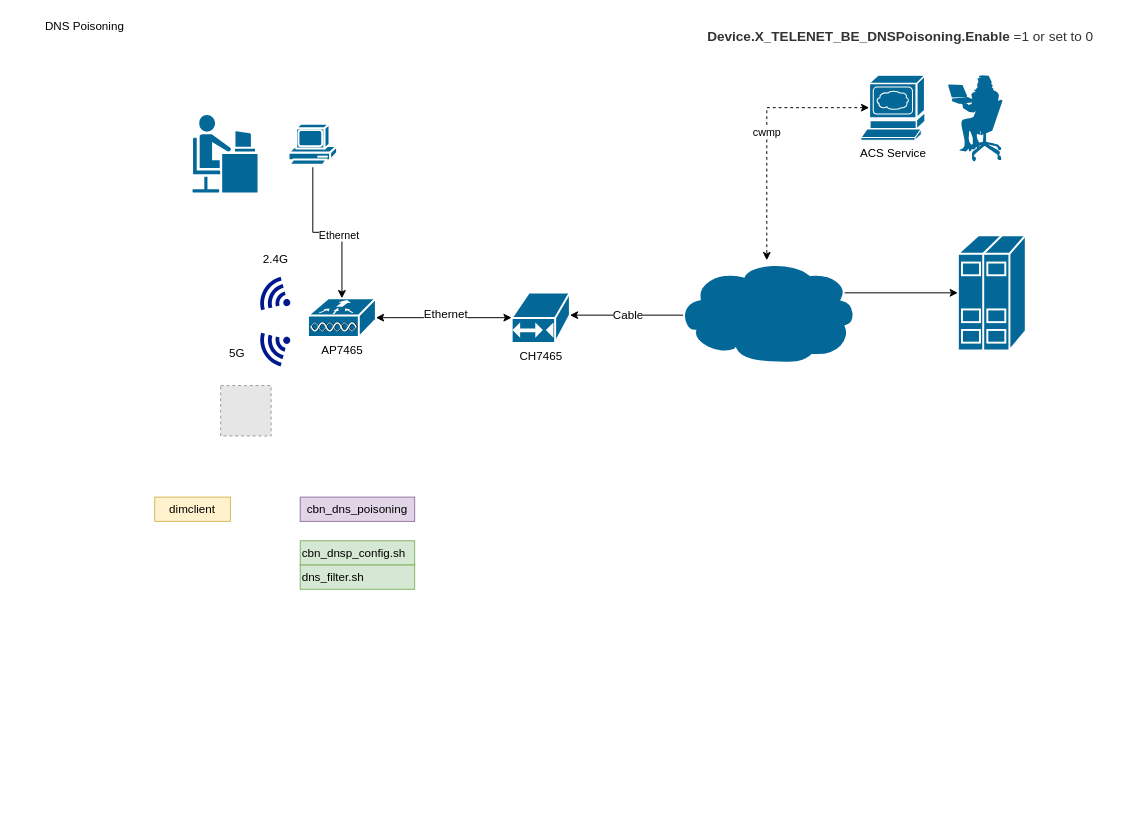
The draw.io diagram page "DNS" (6 of 7) of AP7465CE.drawio in nelsonchung/drawio, before the edit. Source tidied: cells renumbered, new cells numbered last; positions are measured from the earlier drawing's top-left corner, leaving out a move shared by most shapes. Both pictures are drawn from the tidied source at 97%, with x=0, y=0 at pixel (16, 16). Pictures stored in the file or linked from it are replaced by grey dashed boxes.
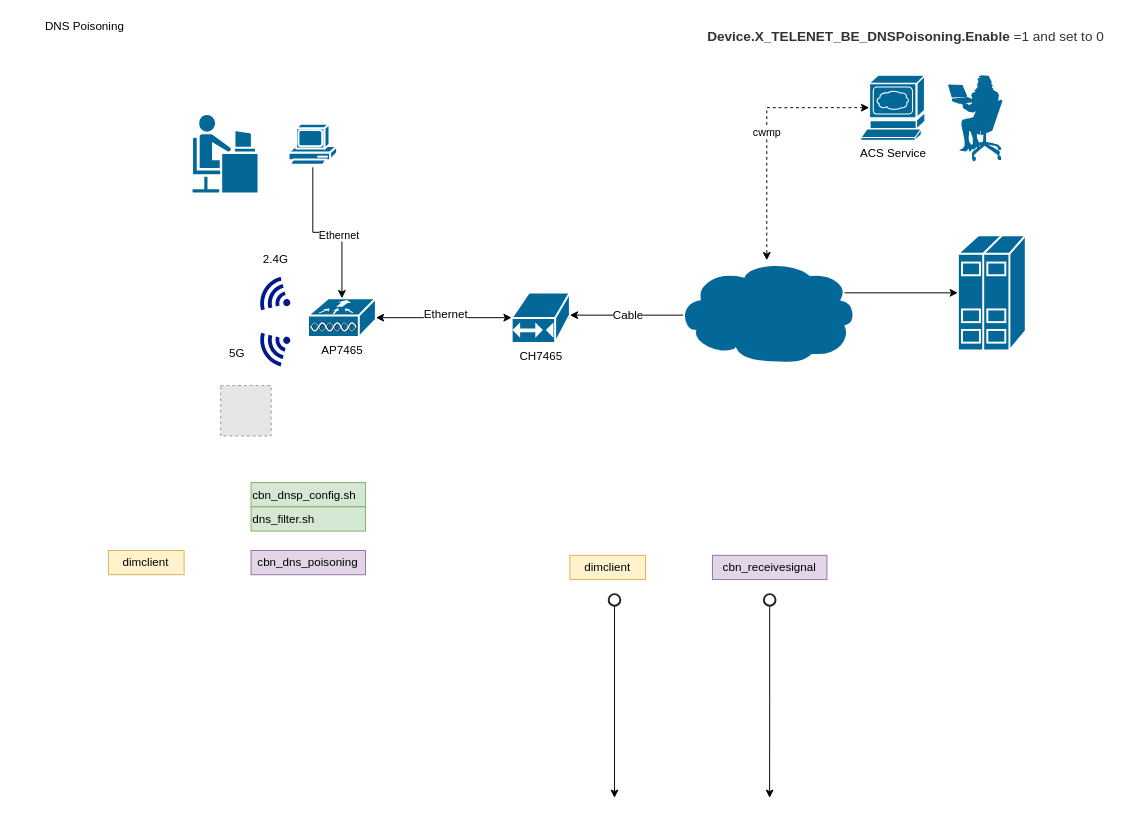
Above is the later version.

What changed in the source:
```diff
@@
-    <mxCell id="23" value="&lt;span style=&quot;color: rgb(51 , 51 , 51) ; font-family: &amp;#34;arial&amp;#34; , sans-serif ; font-size: 14px ; background-color: rgb(255 , 255 , 255)&quot;&gt;&lt;b&gt;Device.X_TELENET_BE_DNSPoisoning.Enable&lt;/b&gt; =1 or set to 0&lt;/span&gt;" style="text;html=1;strokeColor=none;fillColor=none;align=left;verticalAlign=middle;whiteSpace=wrap;rounded=0;" parent="1" vertex="1">
+    <mxCell id="23" value="&lt;span style=&quot;color: rgb(51 , 51 , 51) ; font-family: &amp;#34;arial&amp;#34; , sans-serif ; font-size: 14px ; background-color: rgb(255 , 255 , 255)&quot;&gt;&lt;b&gt;Device.X_TELENET_BE_DNSPoisoning.Enable&lt;/b&gt; =1 and set to 0&lt;/span&gt;" style="text;html=1;strokeColor=none;fillColor=none;align=left;verticalAlign=middle;whiteSpace=wrap;rounded=0;" parent="1" vertex="1">
       <mxGeometry x="710" y="10" width="430" height="20" as="geometry" />
     </mxCell>
     <mxCell id="24" value="dimclient" style="rounded=0;whiteSpace=wrap;html=1;align=center;fillColor=#fff2cc;strokeColor=#d6b656;" parent="1" vertex="1">
-      <mxGeometry x="142" y="495" width="78" height="25" as="geometry" />
+      <mxGeometry x="94.3" y="550" width="78" height="25" as="geometry" />
     </mxCell>
     <mxCell id="25" value="cbn_dns_poisoning" style="rounded=0;whiteSpace=wrap;html=1;align=center;fillColor=#e1d5e7;strokeColor=#9673a6;" parent="1" vertex="1">
-      <mxGeometry x="292" y="495" width="118" height="25" as="geometry" />
+      <mxGeometry x="241.3" y="550" width="118" height="25" as="geometry" />
     </mxCell>
     <mxCell id="26" value="&lt;span style=&quot;&quot;&gt;cbn_dnsp_config.sh&lt;/span&gt;" style="rounded=0;whiteSpace=wrap;html=1;align=left;fillColor=#d5e8d4;strokeColor=#82b366;" parent="1" vertex="1">
-      <mxGeometry x="292" y="540" width="118" height="25" as="geometry" />
+      <mxGeometry x="241.3" y="480" width="118" height="25" as="geometry" />
     </mxCell>
     <mxCell id="27" value="&lt;span style=&quot;&quot;&gt;dns_filter.sh&lt;/span&gt;" style="rounded=0;whiteSpace=wrap;html=1;align=left;fillColor=#d5e8d4;strokeColor=#82b366;" parent="1" vertex="1">
-      <mxGeometry x="292" y="565" width="118" height="25" as="geometry" />
+      <mxGeometry x="241.3" y="505" width="118" height="25" as="geometry" />
     </mxCell>
+    <mxCell id="28" value="dimclient" style="rounded=0;whiteSpace=wrap;html=1;align=center;fillColor=#fff2cc;strokeColor=#d6b656;" parent="1" vertex="1">
+      <mxGeometry x="570" y="555" width="78" height="25" as="geometry" />
+    </mxCell>
+    <mxCell id="29" value="cbn_receivesignal" style="rounded=0;whiteSpace=wrap;html=1;align=center;fillColor=#e1d5e7;strokeColor=#9673a6;" parent="1" vertex="1">
+      <mxGeometry x="717" y="555" width="118" height="25" as="geometry" />
+    </mxCell>
+    <mxCell id="30" style="edgeStyle=orthogonalEdgeStyle;rounded=0;jettySize=auto;html=1;exitX=0.5;exitY=1;exitDx=0;exitDy=0;exitPerimeter=0;" parent="1" edge="1" source="31">
+      <mxGeometry relative="1" as="geometry">
+        <mxPoint x="616" y="805" as="targetPoint" />
+      </mxGeometry>
+    </mxCell>
+    <mxCell id="31" style="html=1;verticalLabelPosition=bottom;labelBackgroundColor=#ffffff;verticalAlign=top;shadow=0;dashed=0;strokeWidth=2;shape=mxgraph.ios7.misc.circle;strokeColor=#222222;fillColor=none;" parent="1" vertex="1">
+      <mxGeometry x="610" y="595" width="12" height="12" as="geometry" />
+    </mxCell>
+    <mxCell id="32" style="edgeStyle=orthogonalEdgeStyle;rounded=0;jettySize=auto;html=1;exitX=0.5;exitY=1;exitDx=0;exitDy=0;exitPerimeter=0;" parent="1" edge="1" source="33">
+      <mxGeometry relative="1" as="geometry">
+        <mxPoint x="775.9" y="805" as="targetPoint" />
+      </mxGeometry>
+    </mxCell>
+    <mxCell id="33" style="html=1;verticalLabelPosition=bottom;labelBackgroundColor=#ffffff;verticalAlign=top;shadow=0;dashed=0;strokeWidth=2;shape=mxgraph.ios7.misc.circle;strokeColor=#222222;fillColor=none;" parent="1" vertex="1">
+      <mxGeometry x="770" y="595" width="12" height="12" as="geometry" />
+    </mxCell>
```
